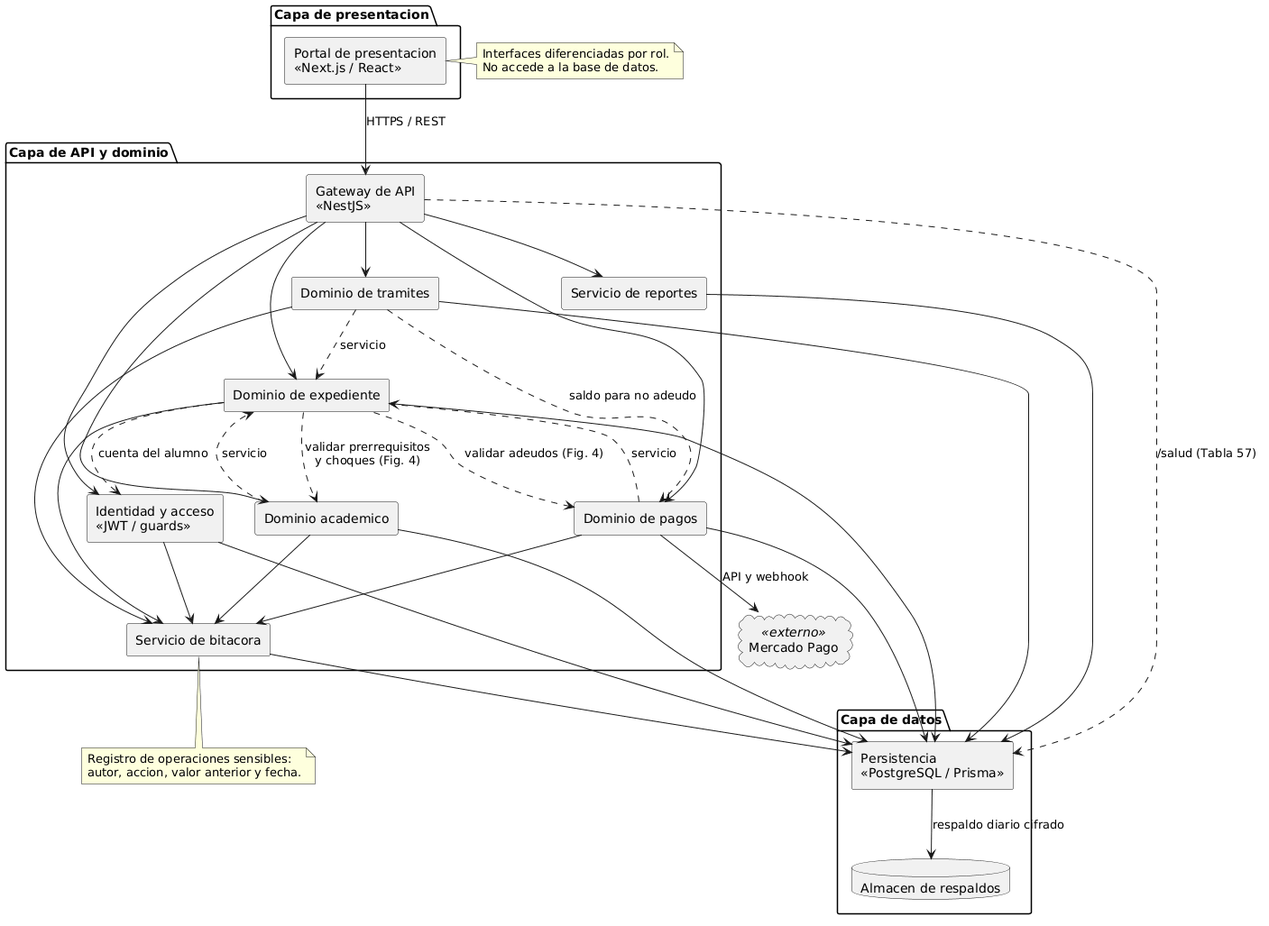
The PlantUML diagram docs/arquitectura/render/fig02-componentes.png in fjmp-dev/sce-control-escolar, before a commit.
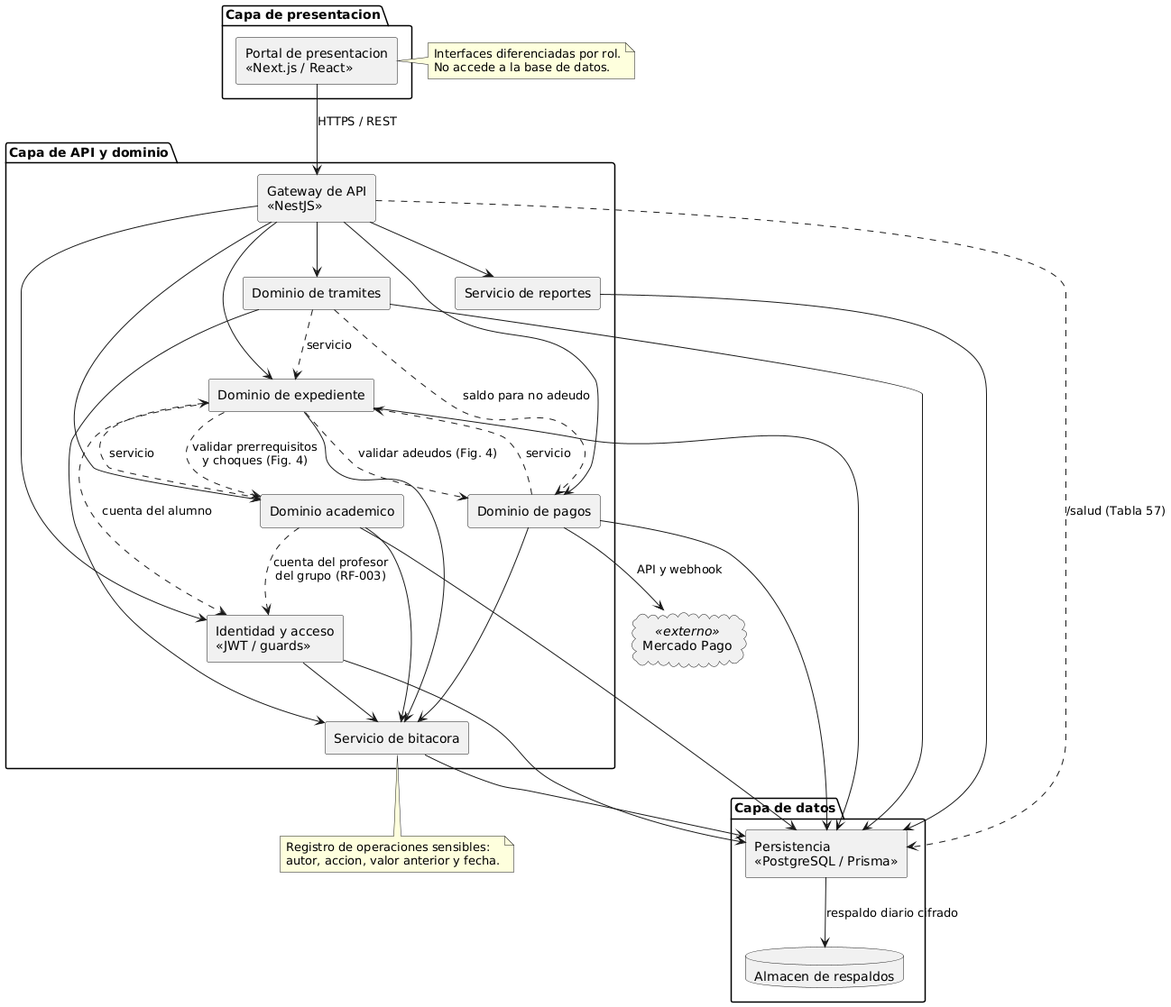
After the commit.

Change to the diagram source:
```diff
@@ -58,6 +58,7 @@
 IAM --> SBIT
 GW ..> PERS : /salud (Tabla 57)
 DEXP ..> IAM : cuenta del alumno
+DACA ..> IAM : cuenta del profesor\ndel grupo (RF-003)
 
 note right of PORTAL
   Interfaces diferenciadas por rol.
```
